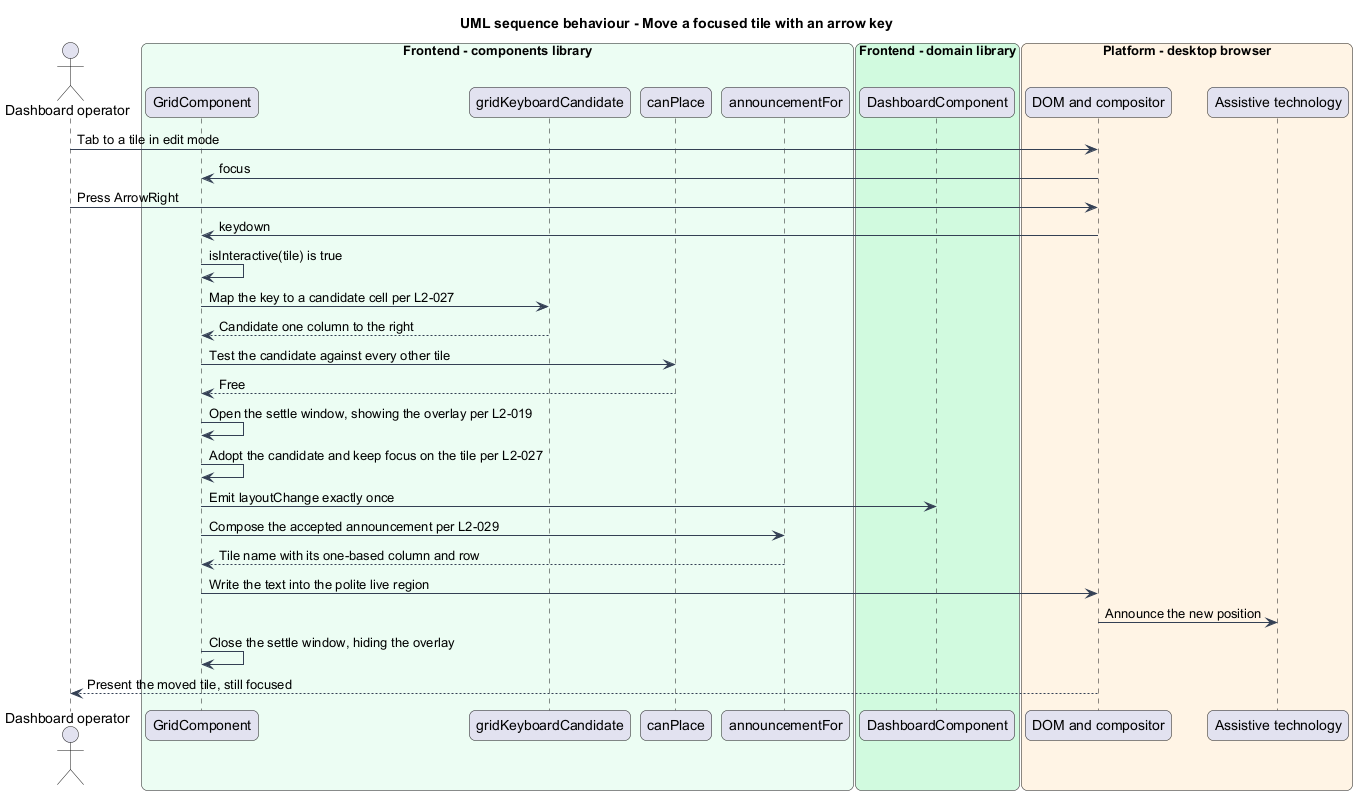
Earlier version of the PlantUML export docs/detailed-designs/tile-interaction/move-and-resize-by-keyboard/diagrams/sequence-keyboard-move.png (QuinntyneBrown/qbc-grid).
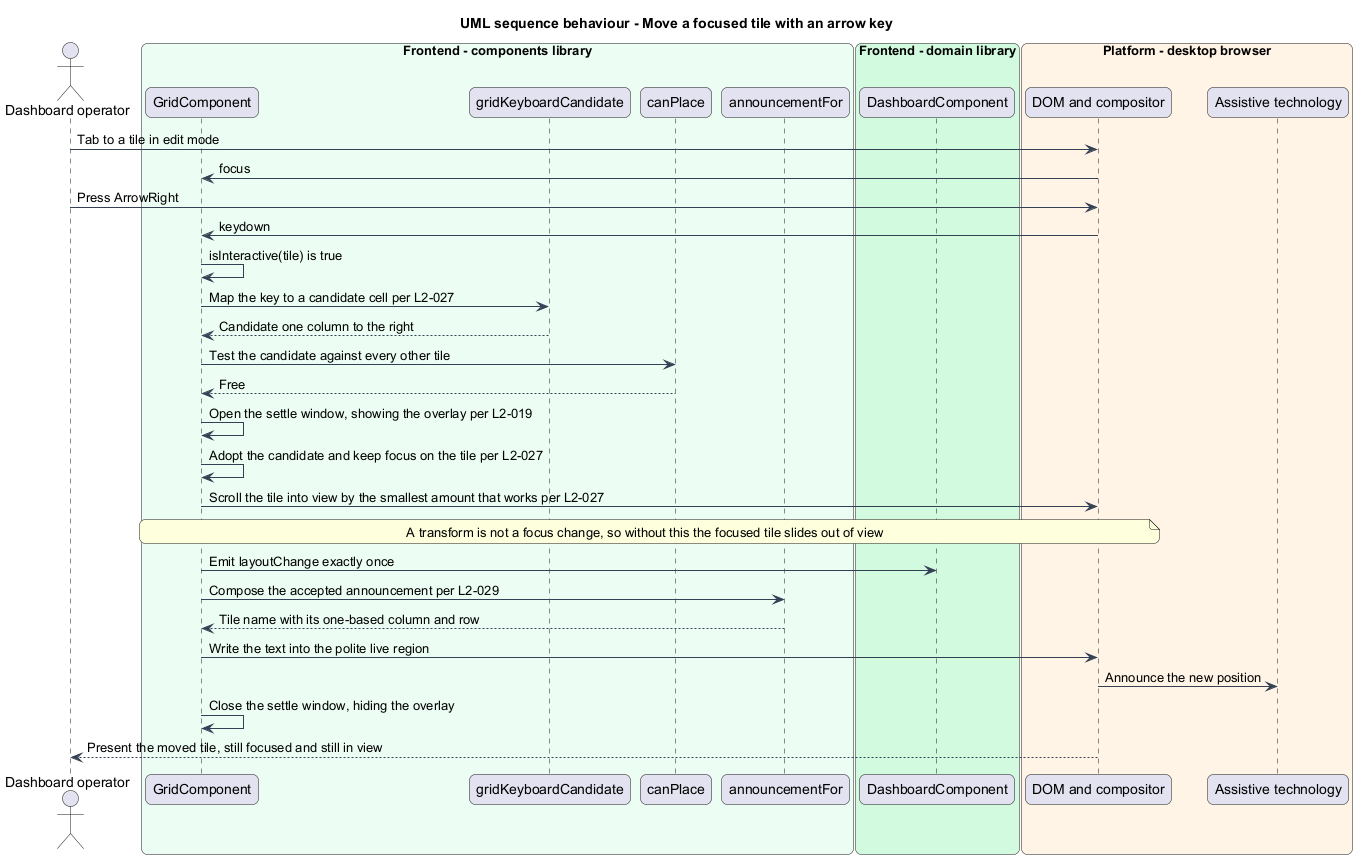
After the change.

Commit message:
docs: bring the keyboard sequences up to date with L2-027

Change to the diagram source:
```diff
@@ -40,11 +40,13 @@
 canplace --> grid : Free
 grid -> grid : Open the settle window, showing the overlay per L2-019
 grid -> grid : Adopt the candidate and keep focus on the tile per L2-027
+grid -> dom : Scroll the tile into view by the smallest amount that works per L2-027
+note over grid, dom : A transform is not a focus change, so without this the focused tile slides out of view
 grid -> dashboard : Emit layoutChange exactly once
 grid -> announce : Compose the accepted announcement per L2-029
 announce --> grid : Tile name with its one-based column and row
 grid -> dom : Write the text into the polite live region
 dom -> at : Announce the new position
 grid -> grid : Close the settle window, hiding the overlay
-dom --> actor : Present the moved tile, still focused
+dom --> actor : Present the moved tile, still focused and still in view
 @enduml
```
